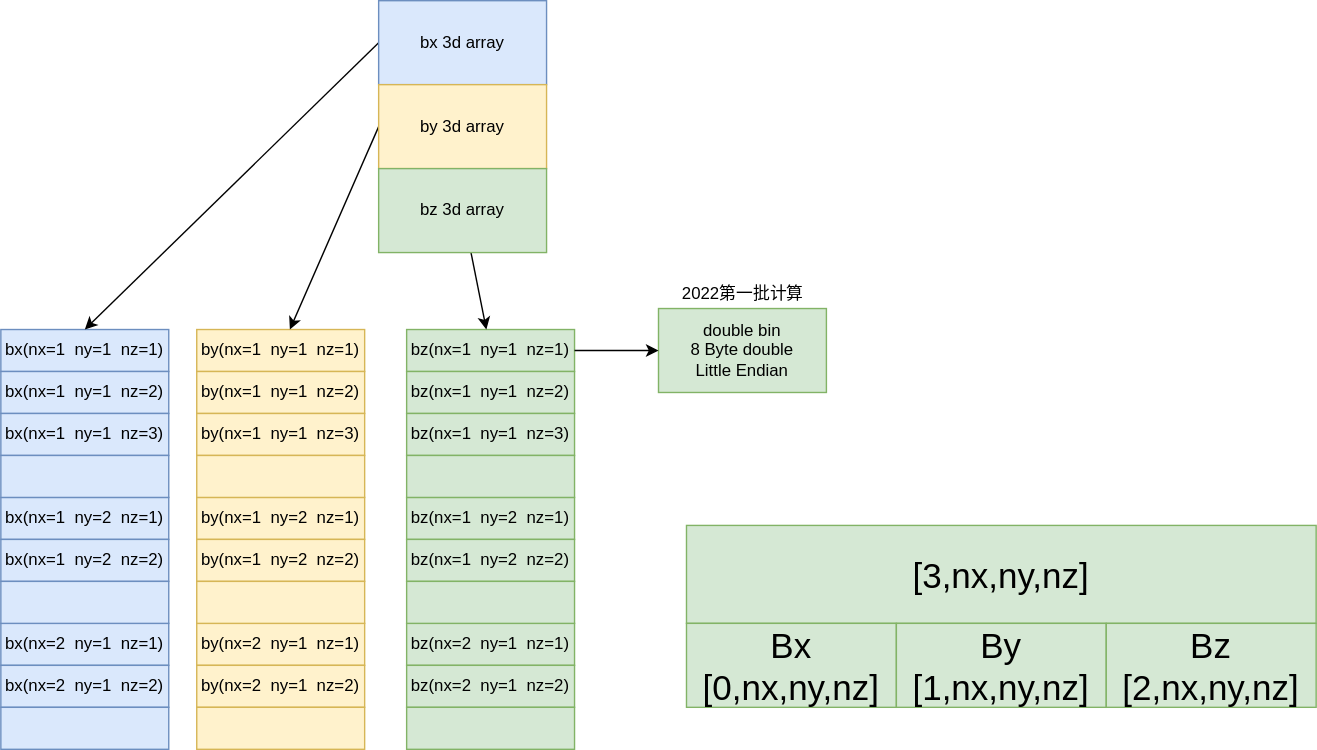
Before: docs/img/bout_store.draw.svg, a diagram exported from draw.io (ZanderZhao/NLFFF-3D-Dataset). Source tidied: cells renumbered, new cells last; positions are measured from the earlier drawing's top-left corner, leaving out a move shared by most shapes. The source it was exported from:
```xml
<mxGraphModel>
  <root>
    <mxCell id="0" />
    <mxCell id="1" parent="0" />
    <mxCell id="2" value="bx(nx=1&amp;nbsp; ny=1&amp;nbsp; nz=1)" style="rounded=0;whiteSpace=wrap;html=1;fillColor=#dae8fc;strokeColor=#6c8ebf;" parent="1" vertex="1">
      <mxGeometry y="235" width="120" height="30" as="geometry" />
    </mxCell>
    <mxCell id="3" value="bx(nx=1&amp;nbsp; ny=1&amp;nbsp; nz=2)" style="rounded=0;whiteSpace=wrap;html=1;fillColor=#dae8fc;strokeColor=#6c8ebf;" parent="1" vertex="1">
      <mxGeometry y="265" width="120" height="30" as="geometry" />
    </mxCell>
    <mxCell id="4" value="bx(nx=1&amp;nbsp; ny=1&amp;nbsp; nz=3)" style="rounded=0;whiteSpace=wrap;html=1;fillColor=#dae8fc;strokeColor=#6c8ebf;" parent="1" vertex="1">
      <mxGeometry y="295" width="120" height="30" as="geometry" />
    </mxCell>
    <mxCell id="5" value="bx(nx=1&amp;nbsp; ny=2&amp;nbsp; nz=1)" style="rounded=0;whiteSpace=wrap;html=1;fillColor=#dae8fc;strokeColor=#6c8ebf;" parent="1" vertex="1">
      <mxGeometry y="355" width="120" height="30" as="geometry" />
    </mxCell>
    <mxCell id="6" value="bx(nx=1&amp;nbsp; ny=2&amp;nbsp; nz=2)" style="rounded=0;whiteSpace=wrap;html=1;fillColor=#dae8fc;strokeColor=#6c8ebf;" parent="1" vertex="1">
      <mxGeometry y="385" width="120" height="30" as="geometry" />
    </mxCell>
    <mxCell id="7" value="bx(nx=2&amp;nbsp; ny=1&amp;nbsp; nz=1)" style="rounded=0;whiteSpace=wrap;html=1;fillColor=#dae8fc;strokeColor=#6c8ebf;" parent="1" vertex="1">
      <mxGeometry y="445" width="120" height="30" as="geometry" />
    </mxCell>
    <mxCell id="8" value="bx(nx=2&amp;nbsp; ny=1&amp;nbsp; nz=2)" style="rounded=0;whiteSpace=wrap;html=1;fillColor=#dae8fc;strokeColor=#6c8ebf;" parent="1" vertex="1">
      <mxGeometry y="475" width="120" height="30" as="geometry" />
    </mxCell>
    <mxCell id="9" style="rounded=0;whiteSpace=wrap;html=1;fillColor=#dae8fc;strokeColor=#6c8ebf;" parent="1" vertex="1">
      <mxGeometry y="325" width="120" height="30" as="geometry" />
    </mxCell>
    <mxCell id="10" style="rounded=0;whiteSpace=wrap;html=1;fillColor=#dae8fc;strokeColor=#6c8ebf;" parent="1" vertex="1">
      <mxGeometry y="415" width="120" height="30" as="geometry" />
    </mxCell>
    <mxCell id="11" style="rounded=0;whiteSpace=wrap;html=1;fillColor=#dae8fc;strokeColor=#6c8ebf;" parent="1" vertex="1">
      <mxGeometry y="505" width="120" height="30" as="geometry" />
    </mxCell>
    <mxCell id="12" value="by(nx=1&amp;nbsp; ny=1&amp;nbsp; nz=1)" style="rounded=0;whiteSpace=wrap;html=1;fillColor=#fff2cc;strokeColor=#d6b656;" parent="1" vertex="1">
      <mxGeometry x="140" y="235" width="120" height="30" as="geometry" />
    </mxCell>
    <mxCell id="13" value="by(nx=1&amp;nbsp; ny=1&amp;nbsp; nz=2)" style="rounded=0;whiteSpace=wrap;html=1;fillColor=#fff2cc;strokeColor=#d6b656;" parent="1" vertex="1">
      <mxGeometry x="140" y="265" width="120" height="30" as="geometry" />
    </mxCell>
    <mxCell id="14" value="by(nx=1&amp;nbsp; ny=1&amp;nbsp; nz=3)" style="rounded=0;whiteSpace=wrap;html=1;fillColor=#fff2cc;strokeColor=#d6b656;" parent="1" vertex="1">
      <mxGeometry x="140" y="295" width="120" height="30" as="geometry" />
    </mxCell>
    <mxCell id="15" value="by(nx=1&amp;nbsp; ny=2&amp;nbsp; nz=1)" style="rounded=0;whiteSpace=wrap;html=1;fillColor=#fff2cc;strokeColor=#d6b656;" parent="1" vertex="1">
      <mxGeometry x="140" y="355" width="120" height="30" as="geometry" />
    </mxCell>
    <mxCell id="16" value="by(nx=1&amp;nbsp; ny=2&amp;nbsp; nz=2)" style="rounded=0;whiteSpace=wrap;html=1;fillColor=#fff2cc;strokeColor=#d6b656;" parent="1" vertex="1">
      <mxGeometry x="140" y="385" width="120" height="30" as="geometry" />
    </mxCell>
    <mxCell id="17" value="by(nx=2&amp;nbsp; ny=1&amp;nbsp; nz=1)" style="rounded=0;whiteSpace=wrap;html=1;fillColor=#fff2cc;strokeColor=#d6b656;" parent="1" vertex="1">
      <mxGeometry x="140" y="445" width="120" height="30" as="geometry" />
    </mxCell>
    <mxCell id="18" value="by(nx=2&amp;nbsp; ny=1&amp;nbsp; nz=2)" style="rounded=0;whiteSpace=wrap;html=1;fillColor=#fff2cc;strokeColor=#d6b656;" parent="1" vertex="1">
      <mxGeometry x="140" y="475" width="120" height="30" as="geometry" />
    </mxCell>
    <mxCell id="19" style="rounded=0;whiteSpace=wrap;html=1;fillColor=#fff2cc;strokeColor=#d6b656;" parent="1" vertex="1">
      <mxGeometry x="140" y="325" width="120" height="30" as="geometry" />
    </mxCell>
    <mxCell id="20" style="rounded=0;whiteSpace=wrap;html=1;fillColor=#fff2cc;strokeColor=#d6b656;" parent="1" vertex="1">
      <mxGeometry x="140" y="415" width="120" height="30" as="geometry" />
    </mxCell>
    <mxCell id="21" style="rounded=0;whiteSpace=wrap;html=1;fillColor=#fff2cc;strokeColor=#d6b656;" parent="1" vertex="1">
      <mxGeometry x="140" y="505" width="120" height="30" as="geometry" />
    </mxCell>
    <mxCell id="22" value="bz(nx=1&amp;nbsp; ny=1&amp;nbsp; nz=1)" style="rounded=0;whiteSpace=wrap;html=1;fillColor=#d5e8d4;strokeColor=#82b366;" parent="1" vertex="1">
      <mxGeometry x="290" y="235" width="120" height="30" as="geometry" />
    </mxCell>
    <mxCell id="23" value="bz(nx=1&amp;nbsp; ny=1&amp;nbsp; nz=2)" style="rounded=0;whiteSpace=wrap;html=1;fillColor=#d5e8d4;strokeColor=#82b366;" parent="1" vertex="1">
      <mxGeometry x="290" y="265" width="120" height="30" as="geometry" />
    </mxCell>
    <mxCell id="24" value="bz(nx=1&amp;nbsp; ny=1&amp;nbsp; nz=3)" style="rounded=0;whiteSpace=wrap;html=1;fillColor=#d5e8d4;strokeColor=#82b366;" parent="1" vertex="1">
      <mxGeometry x="290" y="295" width="120" height="30" as="geometry" />
    </mxCell>
    <mxCell id="25" value="bz(nx=1&amp;nbsp; ny=2&amp;nbsp; nz=1)" style="rounded=0;whiteSpace=wrap;html=1;fillColor=#d5e8d4;strokeColor=#82b366;" parent="1" vertex="1">
      <mxGeometry x="290" y="355" width="120" height="30" as="geometry" />
    </mxCell>
    <mxCell id="26" value="bz(nx=1&amp;nbsp; ny=2&amp;nbsp; nz=2)" style="rounded=0;whiteSpace=wrap;html=1;fillColor=#d5e8d4;strokeColor=#82b366;" parent="1" vertex="1">
      <mxGeometry x="290" y="385" width="120" height="30" as="geometry" />
    </mxCell>
    <mxCell id="27" value="bz(nx=2&amp;nbsp; ny=1&amp;nbsp; nz=1)" style="rounded=0;whiteSpace=wrap;html=1;fillColor=#d5e8d4;strokeColor=#82b366;" parent="1" vertex="1">
      <mxGeometry x="290" y="445" width="120" height="30" as="geometry" />
    </mxCell>
    <mxCell id="28" value="bz(nx=2&amp;nbsp; ny=1&amp;nbsp; nz=2)" style="rounded=0;whiteSpace=wrap;html=1;fillColor=#d5e8d4;strokeColor=#82b366;" parent="1" vertex="1">
      <mxGeometry x="290" y="475" width="120" height="30" as="geometry" />
    </mxCell>
    <mxCell id="29" style="rounded=0;whiteSpace=wrap;html=1;fillColor=#d5e8d4;strokeColor=#82b366;" parent="1" vertex="1">
      <mxGeometry x="290" y="325" width="120" height="30" as="geometry" />
    </mxCell>
    <mxCell id="30" style="rounded=0;whiteSpace=wrap;html=1;fillColor=#d5e8d4;strokeColor=#82b366;" parent="1" vertex="1">
      <mxGeometry x="290" y="415" width="120" height="30" as="geometry" />
    </mxCell>
    <mxCell id="31" style="rounded=0;whiteSpace=wrap;html=1;fillColor=#d5e8d4;strokeColor=#82b366;" parent="1" vertex="1">
      <mxGeometry x="290" y="505" width="120" height="30" as="geometry" />
    </mxCell>
    <mxCell id="32" style="edgeStyle=none;html=1;exitX=0;exitY=0.5;exitDx=0;exitDy=0;entryX=0.5;entryY=0;entryDx=0;entryDy=0;" parent="1" edge="1" source="33" target="2">
      <mxGeometry relative="1" as="geometry" />
    </mxCell>
    <mxCell id="33" value="bx 3d array" style="rounded=0;whiteSpace=wrap;html=1;fillColor=#dae8fc;strokeColor=#6c8ebf;" parent="1" vertex="1">
      <mxGeometry x="270" width="120" height="60" as="geometry" />
    </mxCell>
    <mxCell id="34" style="edgeStyle=none;html=1;exitX=0;exitY=0.5;exitDx=0;exitDy=0;" parent="1" edge="1" source="35" target="12">
      <mxGeometry relative="1" as="geometry" />
    </mxCell>
    <mxCell id="35" value="&lt;span&gt;by 3d array&lt;/span&gt;" style="rounded=0;whiteSpace=wrap;html=1;fillColor=#fff2cc;strokeColor=#d6b656;" parent="1" vertex="1">
      <mxGeometry x="270" y="60" width="120" height="60" as="geometry" />
    </mxCell>
    <mxCell id="36" style="edgeStyle=none;html=1;" parent="1" edge="1" source="37" target="22">
      <mxGeometry relative="1" as="geometry" />
    </mxCell>
    <mxCell id="37" value="&lt;span&gt;bz 3d array&lt;/span&gt;" style="rounded=0;whiteSpace=wrap;html=1;fillColor=#d5e8d4;strokeColor=#82b366;" parent="1" vertex="1">
      <mxGeometry x="270" y="120" width="120" height="60" as="geometry" />
    </mxCell>
    <mxCell id="38" value="double bin &lt;br&gt;8 Byte double&lt;br&gt;Little Endian" style="rounded=0;whiteSpace=wrap;html=1;fillColor=#d5e8d4;strokeColor=#82b366;" parent="1" vertex="1">
      <mxGeometry x="470" y="220" width="120" height="60" as="geometry" />
    </mxCell>
    <mxCell id="39" style="endArrow=classic;html=1;" parent="1" edge="1" source="22" target="38">
      <mxGeometry relative="1" as="geometry" />
    </mxCell>
    <mxCell id="40" value="&lt;font style=&quot;font-size: 25px&quot;&gt;[3,nx,ny,nz]&lt;/font&gt;" style="rounded=0;whiteSpace=wrap;html=1;fillColor=#d5e8d4;strokeColor=#82b366;" parent="1" vertex="1">
      <mxGeometry x="490" y="375" width="450" height="70" as="geometry" />
    </mxCell>
    <mxCell id="41" value="&lt;font style=&quot;font-size: 25px&quot;&gt;Bx&lt;br&gt;[0,nx,ny,nz]&lt;/font&gt;" style="rounded=0;whiteSpace=wrap;html=1;fillColor=#d5e8d4;strokeColor=#82b366;" parent="1" vertex="1">
      <mxGeometry x="490" y="445" width="150" height="60" as="geometry" />
    </mxCell>
    <mxCell id="42" value="&lt;font style=&quot;font-size: 25px&quot;&gt;By&lt;br&gt;[1,nx,ny,nz]&lt;/font&gt;" style="rounded=0;whiteSpace=wrap;html=1;fillColor=#d5e8d4;strokeColor=#82b366;" parent="1" vertex="1">
      <mxGeometry x="640" y="445" width="150" height="60" as="geometry" />
    </mxCell>
    <mxCell id="43" value="&lt;font style=&quot;font-size: 25px&quot;&gt;Bz&lt;br&gt;[2,nx,ny,nz]&lt;/font&gt;" style="rounded=0;whiteSpace=wrap;html=1;fillColor=#d5e8d4;strokeColor=#82b366;" parent="1" vertex="1">
      <mxGeometry x="790" y="445" width="150" height="60" as="geometry" />
    </mxCell>
    <mxCell id="44" value="2022第一批计算" style="text;html=1;align=center;verticalAlign=middle;strokeColor=none;fillColor=none;" parent="1" vertex="1">
      <mxGeometry x="480" y="200" width="100" height="20" as="geometry" />
    </mxCell>
  </root>
</mxGraphModel>
```
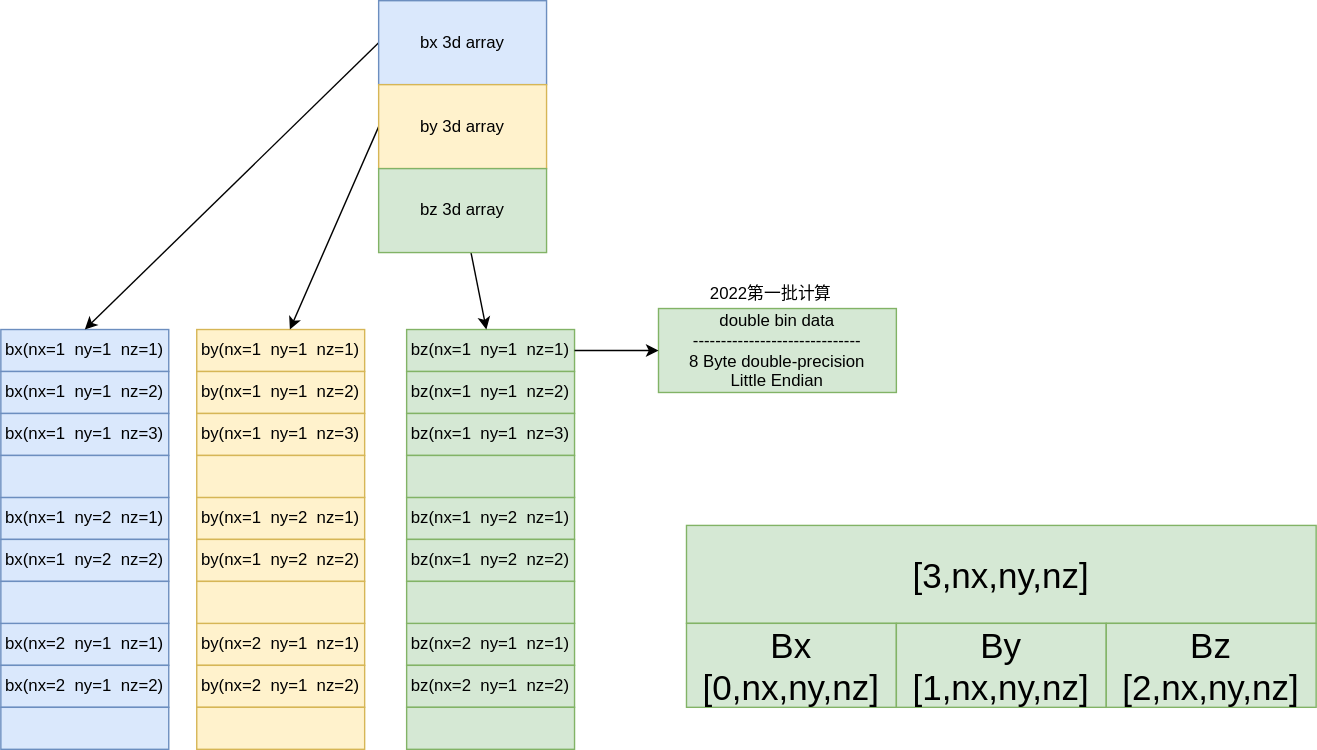
Above is the later version.

The edit, as a diff of the source:
```diff
@@ -110,8 +110,8 @@
     <mxCell id="37" value="&lt;span&gt;bz 3d array&lt;/span&gt;" style="rounded=0;whiteSpace=wrap;html=1;fillColor=#d5e8d4;strokeColor=#82b366;" parent="1" vertex="1">
       <mxGeometry x="270" y="120" width="120" height="60" as="geometry" />
     </mxCell>
-    <mxCell id="38" value="double bin &lt;br&gt;8 Byte double&lt;br&gt;Little Endian" style="rounded=0;whiteSpace=wrap;html=1;fillColor=#d5e8d4;strokeColor=#82b366;" parent="1" vertex="1">
-      <mxGeometry x="470" y="220" width="120" height="60" as="geometry" />
+    <mxCell id="38" value="double bin data&lt;br&gt;------------------------------&lt;br&gt;8 Byte double-precision&lt;br&gt;Little Endian" style="rounded=0;whiteSpace=wrap;html=1;fillColor=#d5e8d4;strokeColor=#82b366;" parent="1" vertex="1">
+      <mxGeometry x="470" y="220" width="170" height="60" as="geometry" />
     </mxCell>
     <mxCell id="39" style="endArrow=classic;html=1;" parent="1" edge="1" source="22" target="38">
       <mxGeometry relative="1" as="geometry" />
@@ -129,7 +129,7 @@
       <mxGeometry x="790" y="445" width="150" height="60" as="geometry" />
     </mxCell>
     <mxCell id="44" value="2022第一批计算" style="text;html=1;align=center;verticalAlign=middle;strokeColor=none;fillColor=none;" parent="1" vertex="1">
-      <mxGeometry x="480" y="200" width="100" height="20" as="geometry" />
+      <mxGeometry x="500" y="200" width="100" height="20" as="geometry" />
     </mxCell>
   </root>
 </mxGraphModel>
```
